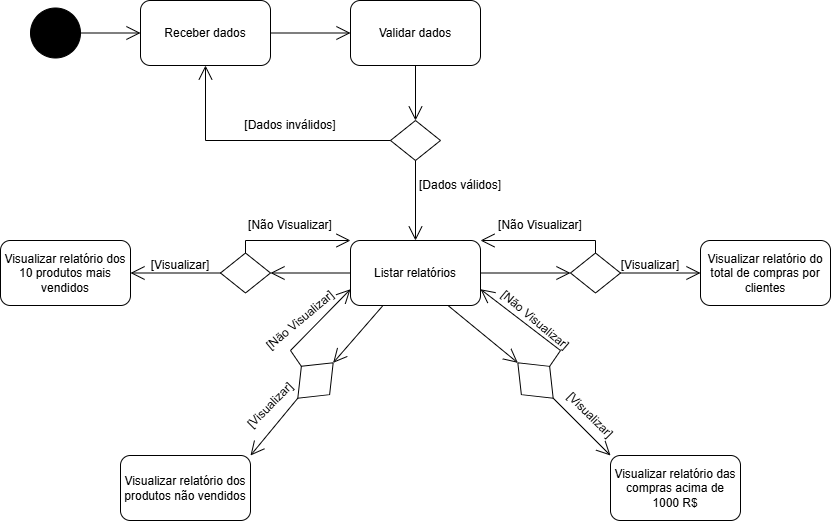
Above: APOO/diagrama_atividade/Diagrama_atividade_relatórios.drawio.png in joao-marcos-azvd/Estudos-de-programacao (draw.io), before the change. Source tidied: cells renumbered, new cells last; positions are measured from the earlier drawing's top-left corner, leaving out a move shared by most shapes.
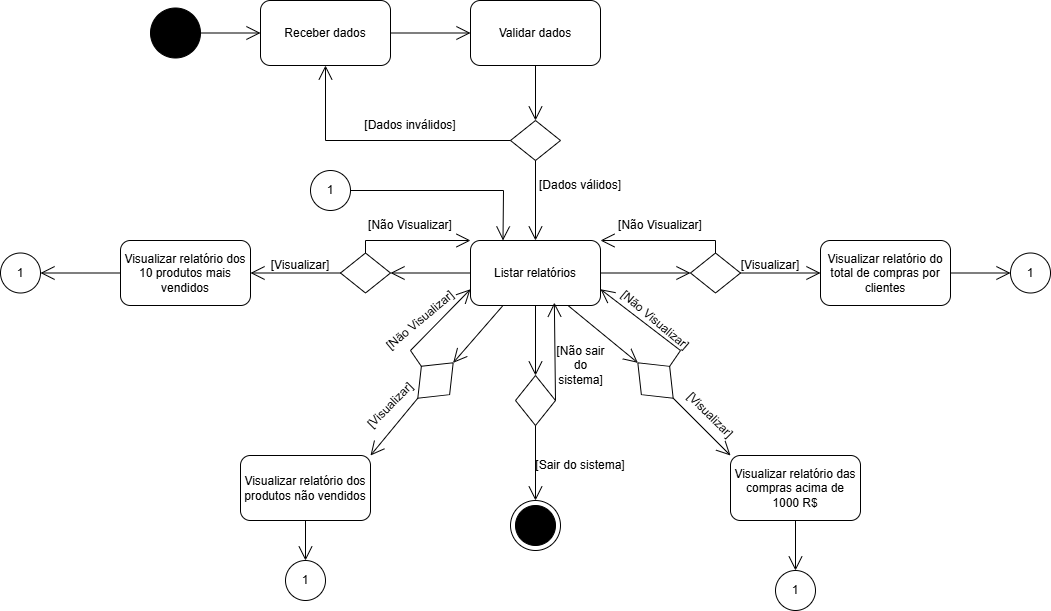
Later version of the same file.

Change to the diagram source:
```diff
@@ -142,5 +142,63 @@
     <mxCell id="41" value="[Visualizar]" style="text;strokeColor=none;align=center;fillColor=none;html=1;verticalAlign=middle;whiteSpace=wrap;rounded=0;rotation=45;" parent="1" vertex="1">
       <mxGeometry x="530" y="400" width="120" height="30" as="geometry" />
     </mxCell>
+    <mxCell id="42" value="1" style="ellipse;whiteSpace=wrap;html=1;" parent="1" vertex="1">
+      <mxGeometry x="-120" y="252.5" width="40" height="40" as="geometry" />
+    </mxCell>
+    <mxCell id="43" value="1" style="ellipse;whiteSpace=wrap;html=1;" parent="1" vertex="1">
+      <mxGeometry x="190" y="170" width="40" height="40" as="geometry" />
+    </mxCell>
+    <mxCell id="44" value="1" style="ellipse;whiteSpace=wrap;html=1;" parent="1" vertex="1">
+      <mxGeometry x="890" y="252.5" width="40" height="40" as="geometry" />
+    </mxCell>
+    <mxCell id="45" value="1" style="ellipse;whiteSpace=wrap;html=1;" parent="1" vertex="1">
+      <mxGeometry x="655" y="570" width="40" height="40" as="geometry" />
+    </mxCell>
+    <mxCell id="46" value="1" style="ellipse;whiteSpace=wrap;html=1;" parent="1" vertex="1">
+      <mxGeometry x="165" y="560" width="40" height="40" as="geometry" />
+    </mxCell>
+    <mxCell id="47" style="endArrow=open;endFill=1;endSize=12;html=1;rounded=0;exitX=0;exitY=0.5;exitDx=0;exitDy=0;entryX=1;entryY=0.5;entryDx=0;entryDy=0;" parent="1" edge="1" source="14" target="42">
+      <mxGeometry relative="1" as="geometry" />
+    </mxCell>
+    <mxCell id="48" style="endArrow=open;endFill=1;endSize=12;html=1;rounded=0;exitX=0.5;exitY=1;exitDx=0;exitDy=0;entryX=0.5;entryY=0;entryDx=0;entryDy=0;" parent="1" edge="1" source="16" target="46">
+      <mxGeometry relative="1" as="geometry" />
+    </mxCell>
+    <mxCell id="49" style="endArrow=open;endFill=1;endSize=12;html=1;rounded=0;exitX=0.5;exitY=1;exitDx=0;exitDy=0;entryX=0.5;entryY=0;entryDx=0;entryDy=0;" parent="1" edge="1" source="15" target="45">
+      <mxGeometry relative="1" as="geometry" />
+    </mxCell>
+    <mxCell id="50" style="endArrow=open;endFill=1;endSize=12;html=1;rounded=0;exitX=1;exitY=0.5;exitDx=0;exitDy=0;entryX=0;entryY=0.5;entryDx=0;entryDy=0;" parent="1" edge="1" source="17" target="44">
+      <mxGeometry relative="1" as="geometry" />
+    </mxCell>
+    <mxCell id="51" style="endArrow=open;endFill=1;endSize=12;html=1;rounded=0;exitX=1;exitY=0.5;exitDx=0;exitDy=0;entryX=0.25;entryY=0;entryDx=0;entryDy=0;" parent="1" edge="1" source="43" target="13">
+      <mxGeometry relative="1" as="geometry">
+        <Array as="points">
+          <mxPoint x="383" y="190" />
+        </Array>
+      </mxGeometry>
+    </mxCell>
+    <mxCell id="52" style="ellipse;whiteSpace=wrap;html=1;strokeColor=default;align=center;verticalAlign=middle;fontFamily=Helvetica;fontSize=12;fontColor=default;fillColor=default;" parent="1" vertex="1">
+      <mxGeometry x="390" y="500" width="50" height="50" as="geometry" />
+    </mxCell>
+    <mxCell id="53" style="ellipse;shape=doubleEllipse;whiteSpace=wrap;html=1;fillColor=#000000;" parent="1" vertex="1">
+      <mxGeometry x="395" y="505" width="40" height="40" as="geometry" />
+    </mxCell>
+    <mxCell id="54" style="rhombus;whiteSpace=wrap;html=1;rotation=90;" parent="1" vertex="1">
+      <mxGeometry x="390" y="380" width="50" height="40" as="geometry" />
+    </mxCell>
+    <mxCell id="55" style="endArrow=open;endFill=1;endSize=12;html=1;rounded=0;exitX=1;exitY=0.5;exitDx=0;exitDy=0;entryX=0.5;entryY=0;entryDx=0;entryDy=0;" parent="1" edge="1" source="54" target="52">
+      <mxGeometry relative="1" as="geometry" />
+    </mxCell>
+    <mxCell id="56" style="endArrow=open;endFill=1;endSize=12;html=1;rounded=0;exitX=0.5;exitY=1;exitDx=0;exitDy=0;entryX=0;entryY=0.5;entryDx=0;entryDy=0;" parent="1" edge="1" source="13" target="54">
+      <mxGeometry relative="1" as="geometry" />
+    </mxCell>
+    <mxCell id="57" style="endArrow=open;endFill=1;endSize=12;html=1;rounded=0;exitX=0.5;exitY=0;exitDx=0;exitDy=0;entryX=0.645;entryY=0.956;entryDx=0;entryDy=0;entryPerimeter=0;" parent="1" edge="1" source="54" target="13">
+      <mxGeometry relative="1" as="geometry" />
+    </mxCell>
+    <mxCell id="58" value="[Sair do sistema]" style="text;strokeColor=none;align=center;fillColor=none;html=1;verticalAlign=middle;whiteSpace=wrap;rounded=0;rotation=0;" parent="1" vertex="1">
+      <mxGeometry x="400" y="450" width="120" height="30" as="geometry" />
+    </mxCell>
+    <mxCell id="59" value="[Não sair do sistema]" style="text;strokeColor=none;align=center;fillColor=none;html=1;verticalAlign=middle;whiteSpace=wrap;rounded=0;rotation=0;" parent="1" vertex="1">
+      <mxGeometry x="428.8" y="350" width="62.5" height="30" as="geometry" />
+    </mxCell>
   </root>
 </mxGraphModel>
```
